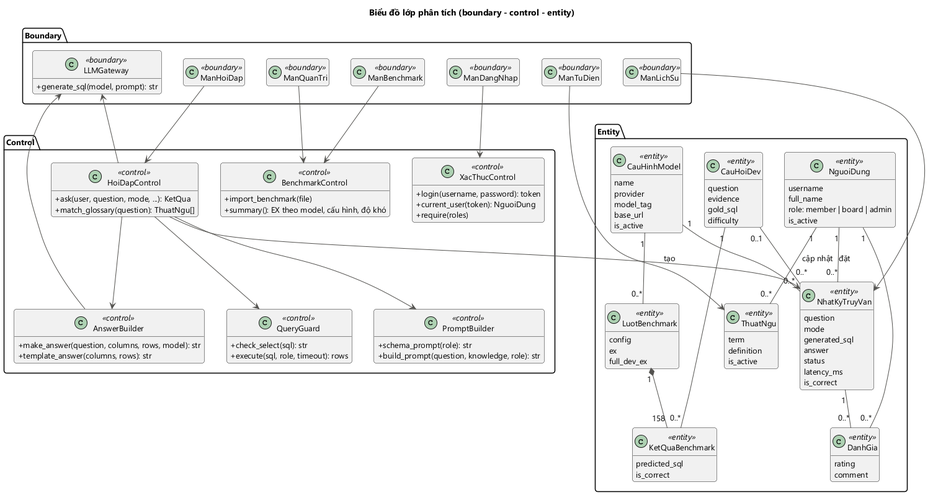
Before: docs/pttk/diagrams/class_phan_tich.png, a diagram exported from PlantUML (ThanhTrung2001/llm-as-db-interface-project).
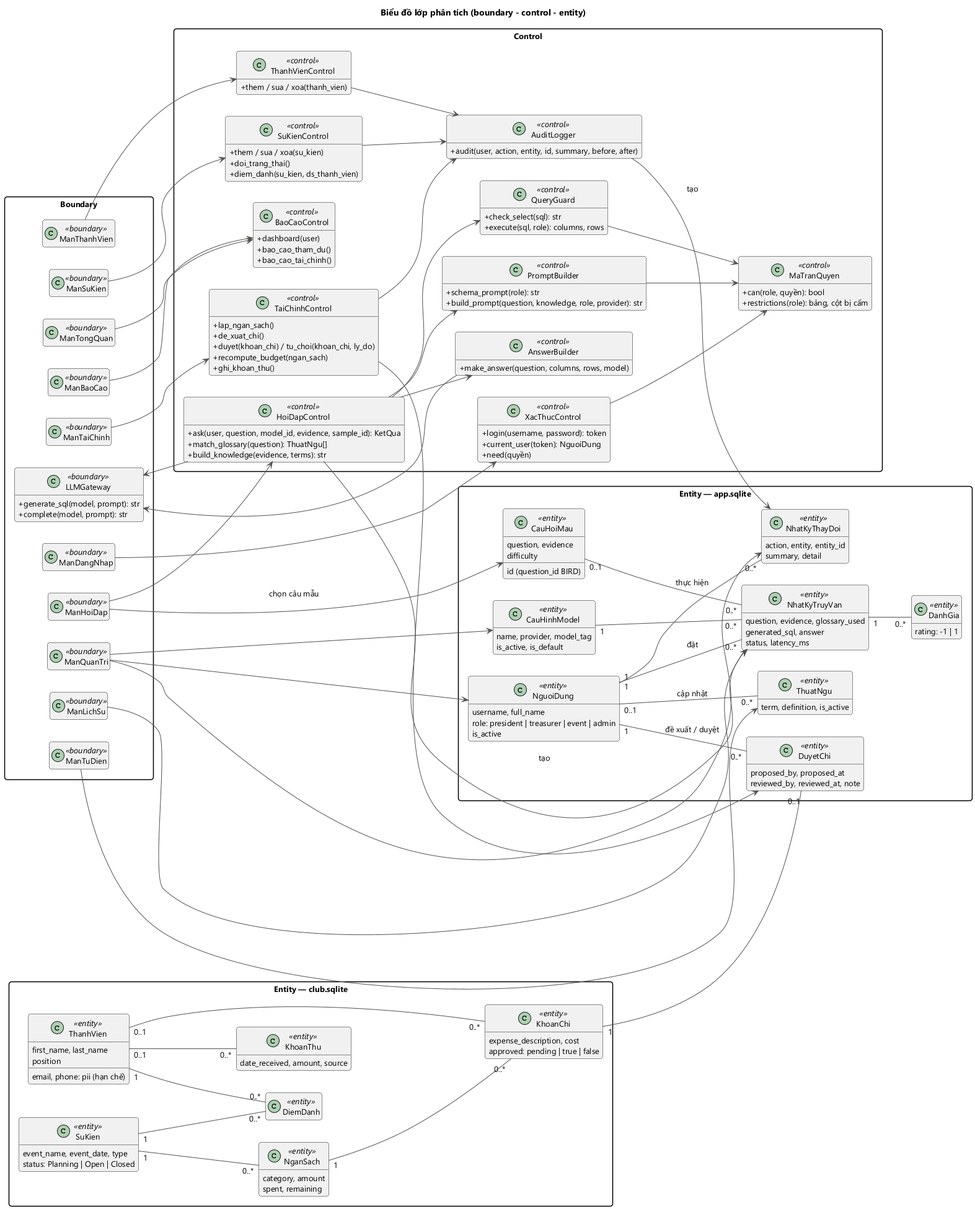
After the change.

What changed in the source:
```diff
@@ -3,16 +3,24 @@
 title Biểu đồ lớp phân tích (boundary - control - entity)
 hide empty members
 skinparam classAttributeIconSize 0
+skinparam packageStyle rectangle
+set separator none
+left to right direction
 
 package "Boundary" {
   class ManDangNhap <<boundary>>
+  class ManTongQuan <<boundary>>
   class ManHoiDap <<boundary>>
   class ManLichSu <<boundary>>
-  class ManBenchmark <<boundary>>
+  class ManThanhVien <<boundary>>
+  class ManSuKien <<boundary>>
+  class ManTaiChinh <<boundary>>
+  class ManBaoCao <<boundary>>
   class ManTuDien <<boundary>>
   class ManQuanTri <<boundary>>
   class LLMGateway <<boundary>> {
     +generate_sql(model, prompt): str
+    +complete(model, prompt): str
   }
 }
 
@@ -20,99 +28,155 @@
   class XacThucControl <<control>> {
     +login(username, password): token
     +current_user(token): NguoiDung
-    +require(roles)
+    +need(quyền)
+  }
+  class MaTranQuyen <<control>> {
+    +can(role, quyền): bool
+    +restrictions(role): bảng, cột bị cấm
   }
   class HoiDapControl <<control>> {
-    +ask(user, question, mode, ...): KetQua
+    +ask(user, question, model_id, evidence, sample_id): KetQua
     +match_glossary(question): ThuatNgu[]
+    +build_knowledge(evidence, terms): str
   }
   class PromptBuilder <<control>> {
     +schema_prompt(role): str
-    +build_prompt(question, knowledge, role): str
+    +build_prompt(question, knowledge, role, provider): str
   }
   class QueryGuard <<control>> {
     +check_select(sql): str
-    +execute(sql, role, timeout): rows
+    +execute(sql, role): columns, rows
   }
   class AnswerBuilder <<control>> {
-    +make_answer(question, columns, rows, model): str
-    +template_answer(columns, rows): str
+    +make_answer(question, columns, rows, model)
   }
-  class BenchmarkControl <<control>> {
-    +import_benchmark(file)
-    +summary(): EX theo model, cấu hình, độ khó
+  class ThanhVienControl <<control>> {
+    +them / sua / xoa(thanh_vien)
+  }
+  class SuKienControl <<control>> {
+    +them / sua / xoa(su_kien)
+    +doi_trang_thai()
+    +diem_danh(su_kien, ds_thanh_vien)
+  }
+  class TaiChinhControl <<control>> {
+    +lap_ngan_sach()
+    +de_xuat_chi()
+    +duyet(khoan_chi) / tu_choi(khoan_chi, ly_do)
+    +recompute_budget(ngan_sach)
+    +ghi_khoan_thu()
+  }
+  class BaoCaoControl <<control>> {
+    +dashboard(user)
+    +bao_cao_tham_du()
+    +bao_cao_tai_chinh()
+  }
+  class AuditLogger <<control>> {
+    +audit(user, action, entity, id, summary, before, after)
   }
 }
 
-package "Entity" {
+package "Entity — club.sqlite" {
+  class ThanhVien <<entity>> {
+    first_name, last_name
+    email, phone: pii (hạn chế)
+    position
+  }
+  class SuKien <<entity>> {
+    event_name, event_date, type
+    status: Planning | Open | Closed
+  }
+  class DiemDanh <<entity>>
+  class NganSach <<entity>> {
+    category, amount
+    spent, remaining
+  }
+  class KhoanChi <<entity>> {
+    expense_description, cost
+    approved: pending | true | false
+  }
+  class KhoanThu <<entity>> {
+    date_received, amount, source
+  }
+}
+
+package "Entity — app.sqlite" {
   class NguoiDung <<entity>> {
-    username
-    full_name
-    role: member | board | admin
+    username, full_name
+    role: president | treasurer | event | admin
     is_active
   }
   class CauHinhModel <<entity>> {
-    name
-    provider
-    model_tag
-    base_url
-    is_active
+    name, provider, model_tag
+    is_active, is_default
   }
   class ThuatNgu <<entity>> {
-    term
-    definition
-    is_active
+    term, definition, is_active
   }
-  class CauHoiDev <<entity>> {
-    question
-    evidence
-    gold_sql
+  class CauHoiMau <<entity>> {
+    id (question_id BIRD)
+    question, evidence
     difficulty
   }
-  class LuotBenchmark <<entity>> {
-    config
-    ex
-    full_dev_ex
-  }
-  class KetQuaBenchmark <<entity>> {
-    predicted_sql
-    is_correct
-  }
   class NhatKyTruyVan <<entity>> {
-    question
-    mode
-    generated_sql
-    answer
-    status
-    latency_ms
-    is_correct
+    question, evidence, glossary_used
+    generated_sql, answer
+    status, latency_ms
   }
   class DanhGia <<entity>> {
-    rating
-    comment
+    rating: -1 | 1
+  }
+  class DuyetChi <<entity>> {
+    proposed_by, proposed_at
+    reviewed_by, reviewed_at, note
+  }
+  class NhatKyThayDoi <<entity>> {
+    action, entity, entity_id
+    summary, detail
   }
 }
 
 ManDangNhap --> XacThucControl
 ManHoiDap --> HoiDapControl
 ManLichSu --> NhatKyTruyVan
-ManBenchmark --> BenchmarkControl
+ManHoiDap --> CauHoiMau : chọn câu mẫu
+ManThanhVien --> ThanhVienControl
+ManSuKien --> SuKienControl
+ManTaiChinh --> TaiChinhControl
+ManTongQuan --> BaoCaoControl
+ManBaoCao --> BaoCaoControl
 ManTuDien --> ThuatNgu
-ManQuanTri --> BenchmarkControl
+ManQuanTri --> NguoiDung
+ManQuanTri --> CauHinhModel
+ManQuanTri --> NhatKyThayDoi
+
+XacThucControl --> MaTranQuyen
 HoiDapControl --> PromptBuilder
 HoiDapControl --> QueryGuard
 HoiDapControl --> LLMGateway
 HoiDapControl --> AnswerBuilder
+HoiDapControl --> NhatKyTruyVan : tạo
+PromptBuilder --> MaTranQuyen
+QueryGuard --> MaTranQuyen
 AnswerBuilder --> LLMGateway
-HoiDapControl --> NhatKyTruyVan : tạo
+ThanhVienControl --> AuditLogger
+SuKienControl --> AuditLogger
+TaiChinhControl --> AuditLogger
+TaiChinhControl --> DuyetChi
+AuditLogger --> NhatKyThayDoi : tạo
+
+ThanhVien "1" -- "0..*" DiemDanh
+SuKien "1" -- "0..*" DiemDanh
+SuKien "1" -- "0..*" NganSach
+NganSach "1" -- "0..*" KhoanChi
+ThanhVien "0..1" -- "0..*" KhoanChi
+ThanhVien "0..1" -- "0..*" KhoanThu
+KhoanChi "1" -- "0..1" DuyetChi
 
 NguoiDung "1" -- "0..*" NhatKyTruyVan : đặt
 CauHinhModel "1" -- "0..*" NhatKyTruyVan
-CauHinhModel "1" -- "0..*" LuotBenchmark
-LuotBenchmark "1" *-- "158" KetQuaBenchmark
-CauHoiDev "1" -- "0..*" KetQuaBenchmark
-CauHoiDev "0..1" -- "0..*" NhatKyTruyVan
 NhatKyTruyVan "1" -- "0..*" DanhGia
-NguoiDung "1" -- "0..*" DanhGia
-NguoiDung "1" -- "0..*" ThuatNgu : cập nhật
+CauHoiMau "0..1" -- "0..*" NhatKyTruyVan
+NguoiDung "1" -- "0..*" DuyetChi : đề xuất / duyệt
+NguoiDung "1" -- "0..*" NhatKyThayDoi : thực hiện
+NguoiDung "0..1" -- "0..*" ThuatNgu : cập nhật
 @enduml
```
